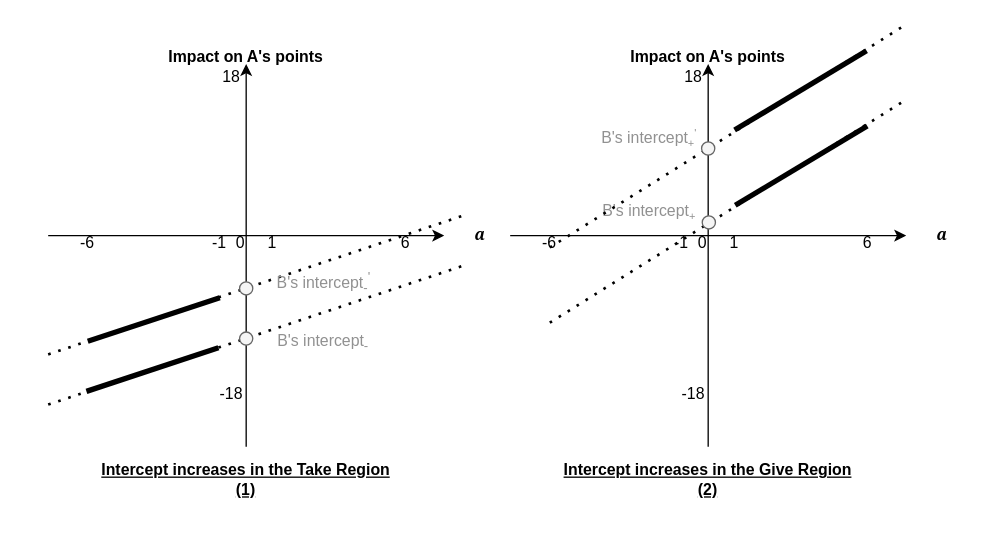
This is polarization_changeSlope Diagram.drawio from changgge/changgge, a draw.io file, before an edit. Source tidied: cells renumbered, new cells numbered last; positions are measured from the earlier drawing's top-left corner, leaving out a move shared by most shapes. Both pictures are drawn from the tidied source at 132%, with x=0, y=0 at pixel (48, 24).
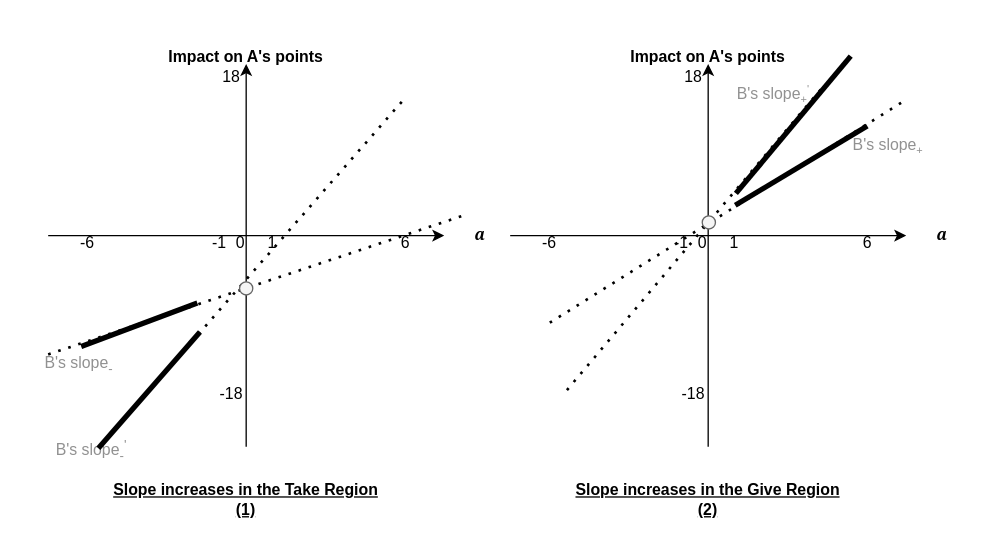
After the change.

The edit, as a diff of the source:
```diff
@@
+    <mxCell id="37" style="endArrow=none;dashed=1;html=1;dashPattern=1 3;strokeWidth=2;rounded=0;" parent="1" edge="1">
+      <mxGeometry relative="1" as="geometry">
+        <mxPoint x="393" y="277" as="sourcePoint" />
+        <mxPoint x="588" y="46" as="targetPoint" />
+      </mxGeometry>
+    </mxCell>
@@
     <mxCell id="11" style="endArrow=none;html=1;rounded=0;strokeWidth=4;" parent="1" edge="1">
       <mxGeometry relative="1" as="geometry">
-        <mxPoint x="30" y="240" as="sourcePoint" />
-        <mxPoint x="130" y="207" as="targetPoint" />
+        <mxPoint x="25" y="244" as="sourcePoint" />
+        <mxPoint x="113" y="211" as="targetPoint" />
       </mxGeometry>
     </mxCell>
-    <mxCell id="12" style="endArrow=none;dashed=1;html=1;dashPattern=1 3;strokeWidth=2;rounded=0;entryX=0.25;entryY=0;entryDx=0;entryDy=0;" parent="1" edge="1">
+    <mxCell id="12" style="endArrow=none;dashed=1;html=1;dashPattern=1 3;strokeWidth=2;rounded=0;" parent="1" edge="1">
       <mxGeometry relative="1" as="geometry">
-        <mxPoint y="288" as="sourcePoint" />
-        <mxPoint x="313.8" y="183" as="targetPoint" />
+        <mxPoint x="40" y="319" as="sourcePoint" />
+        <mxPoint x="271" y="55" as="targetPoint" />
       </mxGeometry>
     </mxCell>
@@
-    <mxCell id="15" style="ellipse;whiteSpace=wrap;html=1;fillColor=#f5f5f5;strokeColor=#666666;fontColor=#333333;" parent="1" vertex="1">
-      <mxGeometry x="145" y="233" width="10" height="10" as="geometry" />
-    </mxCell>
-    <mxCell id="16" value="B's intercept&lt;sub&gt;-&lt;/sub&gt;" style="text;html=1;align=center;verticalAlign=middle;whiteSpace=wrap;rounded=0;fontColor=#919191;" parent="1" vertex="1">
-      <mxGeometry x="165.5" y="233" width="84.5" height="15" as="geometry" />
+    <mxCell id="16" value="B's slope&lt;sub&gt;-&lt;/sub&gt;" style="text;html=1;align=center;verticalAlign=middle;whiteSpace=wrap;rounded=0;fontColor=#919191;" parent="1" vertex="1">
+      <mxGeometry x="-19" y="250" width="84.5" height="15" as="geometry" />
     </mxCell>
@@
     <mxCell id="26" style="endArrow=none;html=1;rounded=0;strokeWidth=4;" parent="1" edge="1">
       <mxGeometry relative="1" as="geometry">
-        <mxPoint x="520" y="80" as="sourcePoint" />
-        <mxPoint x="620" y="20" as="targetPoint" />
+        <mxPoint x="521" y="128" as="sourcePoint" />
+        <mxPoint x="608" y="24" as="targetPoint" />
       </mxGeometry>
     </mxCell>
@@
-    <mxCell id="31" value="B's intercept&lt;font size=&quot;1&quot;&gt;&lt;sub&gt;+&lt;/sub&gt;&lt;/font&gt;" style="text;html=1;align=center;verticalAlign=middle;whiteSpace=wrap;rounded=0;fontColor=#919191;" parent="1" vertex="1">
-      <mxGeometry x="415.5" y="129" width="79" height="26" as="geometry" />
+    <mxCell id="31" value="B's slope&lt;font size=&quot;1&quot;&gt;&lt;sub&gt;+&lt;/sub&gt;&lt;/font&gt;" style="text;html=1;align=center;verticalAlign=middle;whiteSpace=wrap;rounded=0;fontColor=#919191;" parent="1" vertex="1">
+      <mxGeometry x="597" y="79" width="79" height="26" as="geometry" />
     </mxCell>
@@
-    <mxCell id="34" value="B's intercept&lt;sub&gt;-&lt;/sub&gt;&lt;sup&gt;'&lt;/sup&gt;" style="text;html=1;align=center;verticalAlign=middle;whiteSpace=wrap;rounded=0;fontColor=#919191;" parent="1" vertex="1">
-      <mxGeometry x="156.5" y="188.5" width="104" height="15" as="geometry" />
+    <mxCell id="34" value="B's slope&lt;sub&gt;-&lt;/sub&gt;&lt;sup&gt;'&lt;/sup&gt;" style="text;html=1;align=center;verticalAlign=middle;whiteSpace=wrap;rounded=0;fontColor=#919191;" parent="1" vertex="1">
+      <mxGeometry x="-19" y="315" width="104" height="15" as="geometry" />
     </mxCell>
     <mxCell id="35" style="endArrow=none;html=1;rounded=0;strokeWidth=4;" parent="1" edge="1">
       <mxGeometry relative="1" as="geometry">
-        <mxPoint x="29" y="278" as="sourcePoint" />
-        <mxPoint x="129" y="245" as="targetPoint" />
+        <mxPoint x="38" y="321" as="sourcePoint" />
+        <mxPoint x="115" y="233" as="targetPoint" />
       </mxGeometry>
     </mxCell>
@@
-    <mxCell id="37" style="endArrow=none;dashed=1;html=1;dashPattern=1 3;strokeWidth=2;rounded=0;" parent="1" edge="1">
-      <mxGeometry relative="1" as="geometry">
-        <mxPoint x="380" y="169" as="sourcePoint" />
-        <mxPoint x="650" as="targetPoint" />
-      </mxGeometry>
-    </mxCell>
-    <mxCell id="38" style="ellipse;whiteSpace=wrap;html=1;fillColor=#f5f5f5;strokeColor=#666666;fontColor=#333333;" parent="1" vertex="1">
-      <mxGeometry x="495" y="89" width="10" height="10" as="geometry" />
-    </mxCell>
-    <mxCell id="39" value="B's intercept&lt;font size=&quot;1&quot;&gt;&lt;sub&gt;+&lt;/sub&gt;&lt;sup&gt;'&lt;/sup&gt;&lt;/font&gt;" style="text;html=1;align=center;verticalAlign=middle;whiteSpace=wrap;rounded=0;fontColor=#919191;" parent="1" vertex="1">
-      <mxGeometry x="415.5" y="73" width="79" height="26" as="geometry" />
+    <mxCell id="39" value="B's slope&lt;font size=&quot;1&quot;&gt;&lt;sub&gt;+&lt;/sub&gt;&lt;sup&gt;'&lt;/sup&gt;&lt;/font&gt;" style="text;html=1;align=center;verticalAlign=middle;whiteSpace=wrap;rounded=0;fontColor=#919191;" parent="1" vertex="1">
+      <mxGeometry x="510" y="40" width="79" height="26" as="geometry" />
     </mxCell>
-    <mxCell id="40" value="Intercept increases in the Take Region&lt;div&gt;(1)&lt;/div&gt;" style="text;html=1;align=center;verticalAlign=middle;whiteSpace=wrap;rounded=0;fontStyle=5;" parent="1" vertex="1">
-      <mxGeometry y="330" width="300" height="30" as="geometry" />
+    <mxCell id="40" value="Slope increases in the Take Region&lt;div&gt;(1)&lt;/div&gt;" style="text;html=1;align=center;verticalAlign=middle;whiteSpace=wrap;rounded=0;fontStyle=5;" parent="1" vertex="1">
+      <mxGeometry y="345" width="300" height="30" as="geometry" />
     </mxCell>
-    <mxCell id="41" value="Intercept increases in the Give Region&lt;div&gt;(2)&lt;/div&gt;" style="text;html=1;align=center;verticalAlign=middle;whiteSpace=wrap;rounded=0;fontStyle=5;" parent="1" vertex="1">
-      <mxGeometry x="350" y="330" width="300" height="30" as="geometry" />
+    <mxCell id="41" value="Slope increases in the Give Region&lt;div&gt;(2)&lt;/div&gt;" style="text;html=1;align=center;verticalAlign=middle;whiteSpace=wrap;rounded=0;fontStyle=5;" parent="1" vertex="1">
+      <mxGeometry x="350" y="345" width="300" height="30" as="geometry" />
     </mxCell>
```
